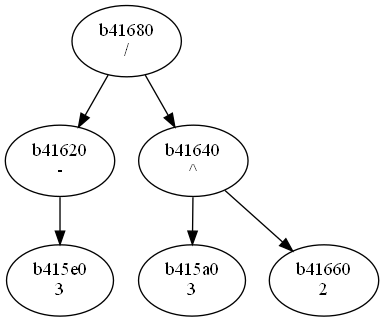
Before: graph.png, a diagram exported from Graphviz (levasemin/Diff). Its source is kept beside it as graph.dot.
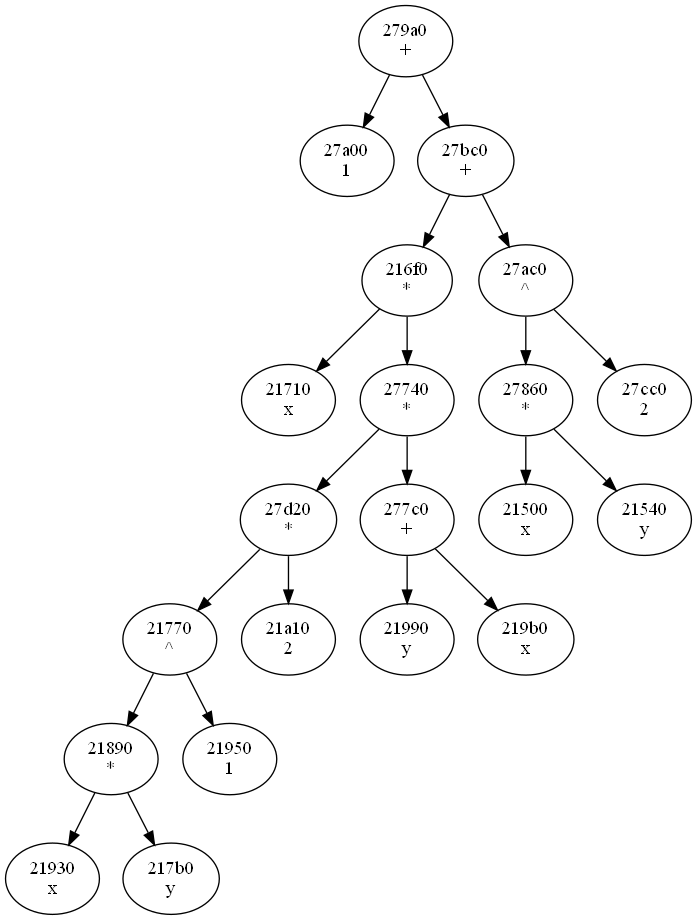
The same file after the commit.

Diff of the diagram source:
```diff
@@ -1,25 +1,84 @@
 digraph G{
-"b41680
-/"->"b41620
--";
-"b41680
-/"->"b41640
+"279a0
++"->"27a00
+1";
+"279a0
++"->"27bc0
++";
+"27a00
+1";
+"27bc0
++"->"216f0
+*";
+"27bc0
++"->"27ac0
 ^";
-"b41620
--"->"b415e0
-3";
-"b41620
--";
-"b415e0
-3";
-"b41640
-^"->"b415a0
-3";
-"b41640
-^"->"b41660
+"216f0
+*"->"21710
+x";
+"216f0
+*"->"27740
+*";
+"21710
+x";
+"27740
+*"->"27d20
+*";
+"27740
+*"->"277c0
++";
+"27d20
+*"->"21770
+^";
+"27d20
+*"->"21a10
 2";
-"b415a0
-3";
-"b41660
+"21770
+^"->"21890
+*";
+"21770
+^"->"21950
+1";
+"21890
+*"->"21930
+x";
+"21890
+*"->"217b0
+y";
+"21930
+x";
+"217b0
+y";
+"21950
+1";
+"21a10
+2";
+"277c0
++"->"21990
+y";
+"277c0
++"->"219b0
+x";
+"21990
+y";
+"219b0
+x";
+"27ac0
+^"->"27860
+*";
+"27ac0
+^"->"27cc0
+2";
+"27860
+*"->"21500
+x";
+"27860
+*"->"21540
+y";
+"21500
+x";
+"21540
+y";
+"27cc0
 2";
 }
```
